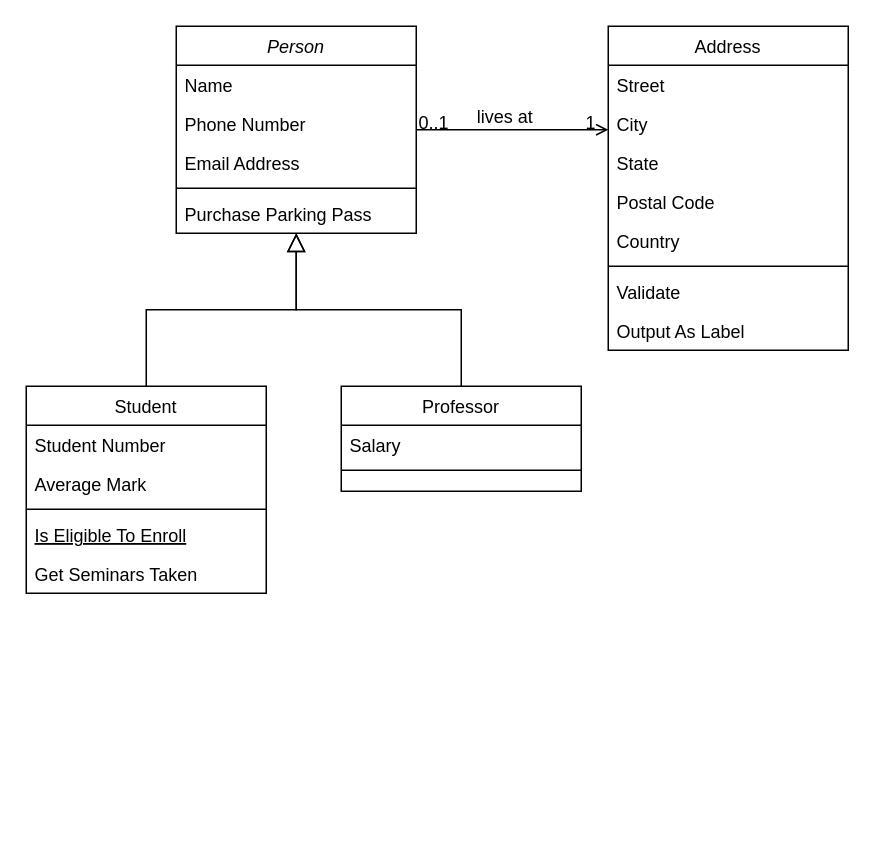
Before: Form.drawio in stone-lyl/assets, a draw.io diagram. Source tidied: cells renumbered, new cells numbered last; positions are measured from the earlier drawing's top-left corner, leaving out a move shared by most shapes. Both pictures are drawn from the tidied source at 150%, with x=0, y=0 at pixel (26, 26).
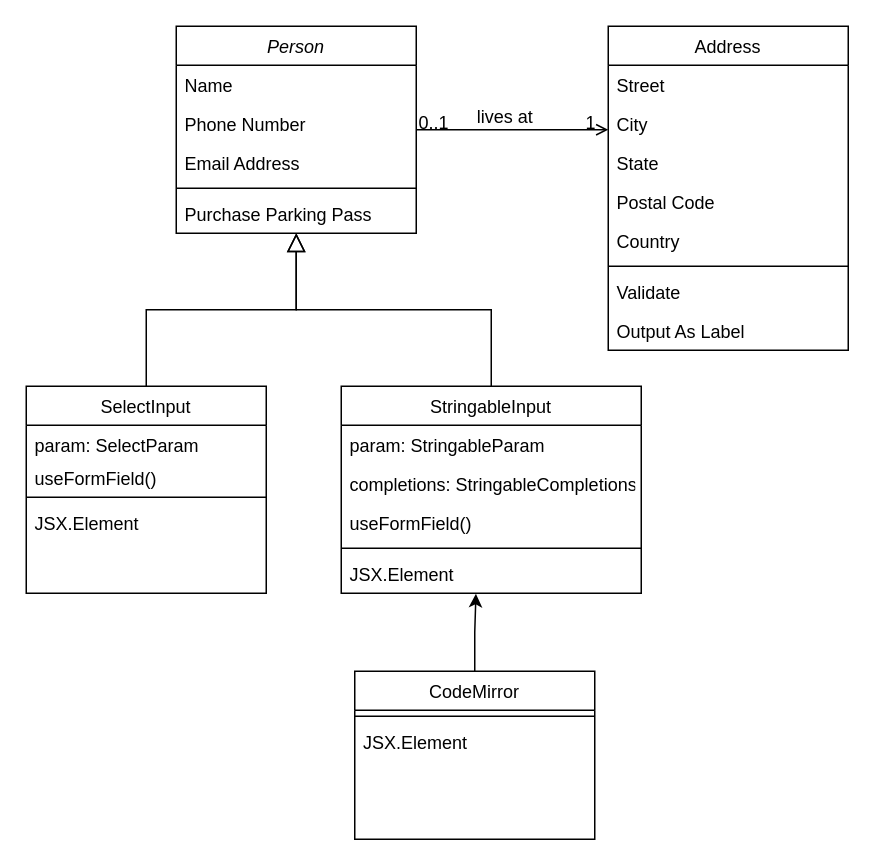
After the change.

Change to the diagram source:
```diff
@@
-    <mxCell id="8" value="Student" style="swimlane;fontStyle=0;align=center;verticalAlign=top;horizontal=1;startSize=26;rounded=0;shadow=0;strokeWidth=1;" parent="1" vertex="1">
+    <mxCell id="8" value="SelectInput" style="swimlane;fontStyle=0;align=center;verticalAlign=top;horizontal=1;startSize=26;rounded=0;shadow=0;strokeWidth=1;" parent="1" vertex="1">
       <mxGeometry y="240" width="160" height="138" as="geometry" />
     </mxCell>
+    <mxCell id="32" value="param: SelectParam" style="text;align=left;verticalAlign=top;spacingLeft=4;spacingRight=4;overflow=hidden;" parent="8" vertex="1">
+      <mxGeometry y="26" width="160" height="22" as="geometry" />
+    </mxCell>
-    <mxCell id="9" value="Student Number" style="text;align=left;verticalAlign=top;spacingLeft=4;spacingRight=4;overflow=hidden;" parent="8" vertex="1">
-      <mxGeometry y="26" width="160" height="26" as="geometry" />
+    <mxCell id="9" value="useFormField()" style="text;align=left;verticalAlign=top;spacingLeft=4;spacingRight=4;overflow=hidden;" parent="8" vertex="1">
+      <mxGeometry y="48" width="160" height="22" as="geometry" />
     </mxCell>
-    <mxCell id="10" value="Average Mark" style="text;align=left;verticalAlign=top;spacingLeft=4;spacingRight=4;overflow=hidden;rounded=0;shadow=0;html=0;" parent="8" vertex="1">
-      <mxGeometry y="52" width="160" height="26" as="geometry" />
-    </mxCell>
     <mxCell id="11" style="line;html=1;strokeWidth=1;align=left;verticalAlign=middle;spacingTop=-1;spacingLeft=3;spacingRight=3;labelPosition=right;" parent="8" vertex="1">
-      <mxGeometry y="78" width="160" height="8" as="geometry" />
+      <mxGeometry y="70" width="160" height="8" as="geometry" />
     </mxCell>
-    <mxCell id="12" value="Is Eligible To Enroll" style="text;align=left;verticalAlign=top;spacingLeft=4;spacingRight=4;overflow=hidden;fontStyle=4;" parent="8" vertex="1">
-      <mxGeometry y="86" width="160" height="26" as="geometry" />
-    </mxCell>
-    <mxCell id="13" value="Get Seminars Taken" style="text;align=left;verticalAlign=top;spacingLeft=4;spacingRight=4;overflow=hidden;" parent="8" vertex="1">
-      <mxGeometry y="112" width="160" height="26" as="geometry" />
+    <mxCell id="13" value="JSX.Element" style="text;align=left;verticalAlign=top;spacingLeft=4;spacingRight=4;overflow=hidden;" parent="8" vertex="1">
+      <mxGeometry y="78" width="160" height="26" as="geometry" />
     </mxCell>
@@
-    <mxCell id="15" value="Professor" style="swimlane;fontStyle=0;align=center;verticalAlign=top;horizontal=1;startSize=26;rounded=0;shadow=0;strokeWidth=1;" parent="1" vertex="1">
-      <mxGeometry x="210" y="240" width="160" height="70" as="geometry" />
+    <mxCell id="15" value="StringableInput" style="swimlane;fontStyle=0;align=center;verticalAlign=top;horizontal=1;startSize=26;rounded=0;shadow=0;strokeWidth=1;" parent="1" vertex="1">
+      <mxGeometry x="210" y="240" width="200" height="138" as="geometry" />
     </mxCell>
-    <mxCell id="16" value="Salary" style="text;align=left;verticalAlign=top;spacingLeft=4;spacingRight=4;overflow=hidden;" parent="15" vertex="1">
-      <mxGeometry y="26" width="160" height="26" as="geometry" />
+    <mxCell id="16" value="param: StringableParam" style="text;align=left;verticalAlign=top;spacingLeft=4;spacingRight=4;overflow=hidden;" parent="15" vertex="1">
+      <mxGeometry y="26" width="200" height="26" as="geometry" />
     </mxCell>
+    <mxCell id="33" value="completions: StringableCompletions" style="text;align=left;verticalAlign=top;spacingLeft=4;spacingRight=4;overflow=hidden;" parent="15" vertex="1">
+      <mxGeometry y="52" width="200" height="26" as="geometry" />
+    </mxCell>
+    <mxCell id="34" value="useFormField()" style="text;align=left;verticalAlign=top;spacingLeft=4;spacingRight=4;overflow=hidden;" parent="15" vertex="1">
+      <mxGeometry y="78" width="200" height="26" as="geometry" />
+    </mxCell>
     <mxCell id="17" style="line;html=1;strokeWidth=1;align=left;verticalAlign=middle;spacingTop=-1;spacingLeft=3;spacingRight=3;labelPosition=right;" parent="15" vertex="1">
-      <mxGeometry y="52" width="160" height="8" as="geometry" />
+      <mxGeometry y="104" width="200" height="8" as="geometry" />
     </mxCell>
+    <mxCell id="35" value="JSX.Element" style="text;align=left;verticalAlign=top;spacingLeft=4;spacingRight=4;overflow=hidden;points=[[0,0.5],[1,0.5]];portConstraint=eastwest;" parent="15" vertex="1">
+      <mxGeometry y="112" width="200" height="26" as="geometry" />
+    </mxCell>
@@
+    <mxCell id="36" style="edgeStyle=orthogonalEdgeStyle;rounded=0;jettySize=auto;html=1;entryX=0.449;entryY=1.016;entryDx=0;entryDy=0;entryPerimeter=0;" parent="1" edge="1" source="37" target="35">
+      <mxGeometry relative="1" as="geometry" />
+    </mxCell>
+    <mxCell id="37" value="CodeMirror" style="swimlane;fontStyle=0;align=center;verticalAlign=top;horizontal=1;startSize=26;rounded=0;shadow=0;strokeWidth=1;" parent="1" vertex="1">
+      <mxGeometry x="219" y="430" width="160" height="112" as="geometry" />
+    </mxCell>
+    <mxCell id="38" style="line;html=1;strokeWidth=1;align=left;verticalAlign=middle;spacingTop=-1;spacingLeft=3;spacingRight=3;labelPosition=right;" parent="37" vertex="1">
+      <mxGeometry y="26" width="160" height="8" as="geometry" />
+    </mxCell>
+    <mxCell id="39" value="JSX.Element" style="text;align=left;verticalAlign=top;spacingLeft=4;spacingRight=4;overflow=hidden;" parent="37" vertex="1">
+      <mxGeometry y="34" width="160" height="26" as="geometry" />
+    </mxCell>
```
